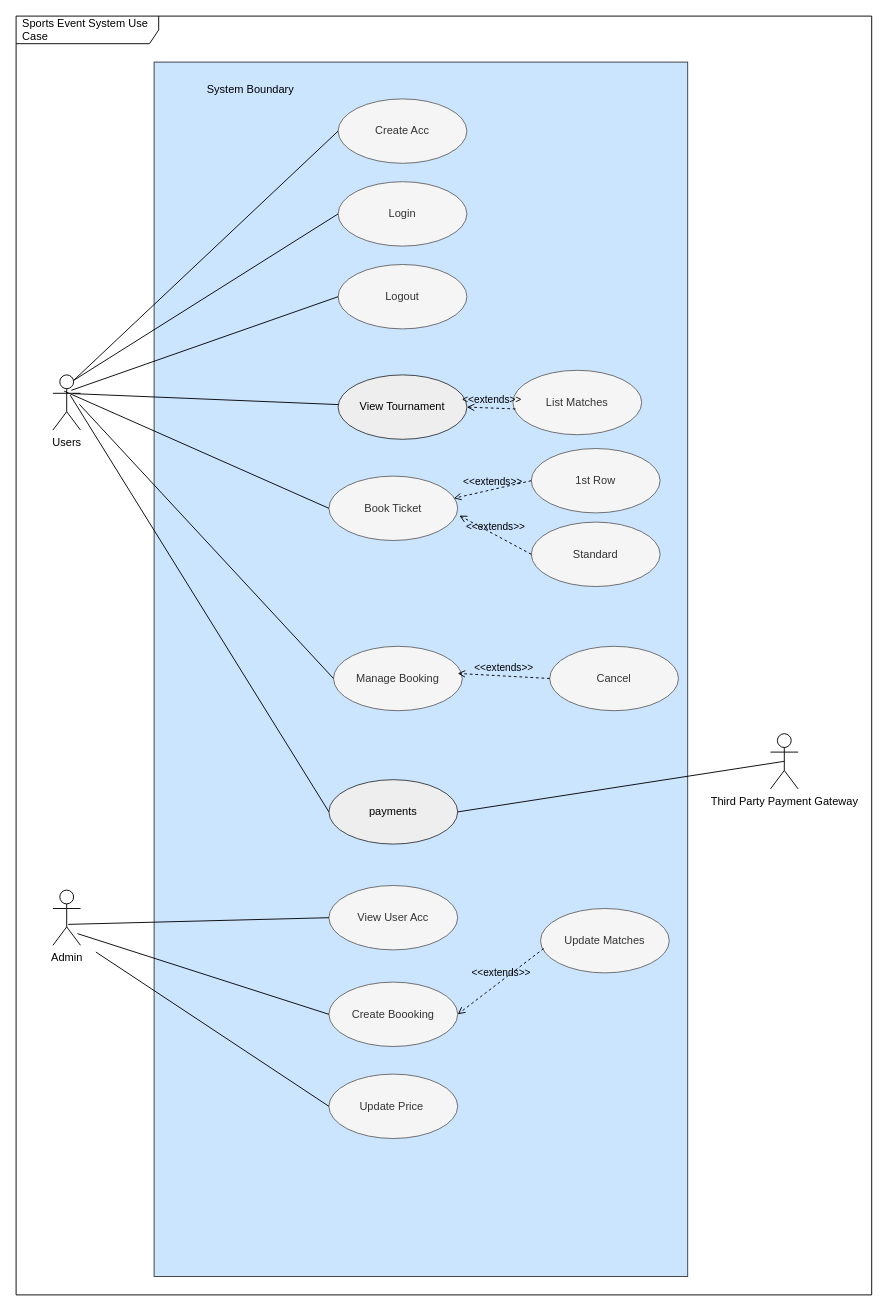
The draw.io diagram SES_Use_Case.drawio in mlvl974/SportsEventSystem, before the edit. Source tidied: cells renumbered, new cells numbered last; positions are measured from the earlier drawing's top-left corner, leaving out a move shared by most shapes. Both pictures are drawn from the tidied source at 92%, with x=0, y=0 at pixel (16, 16).
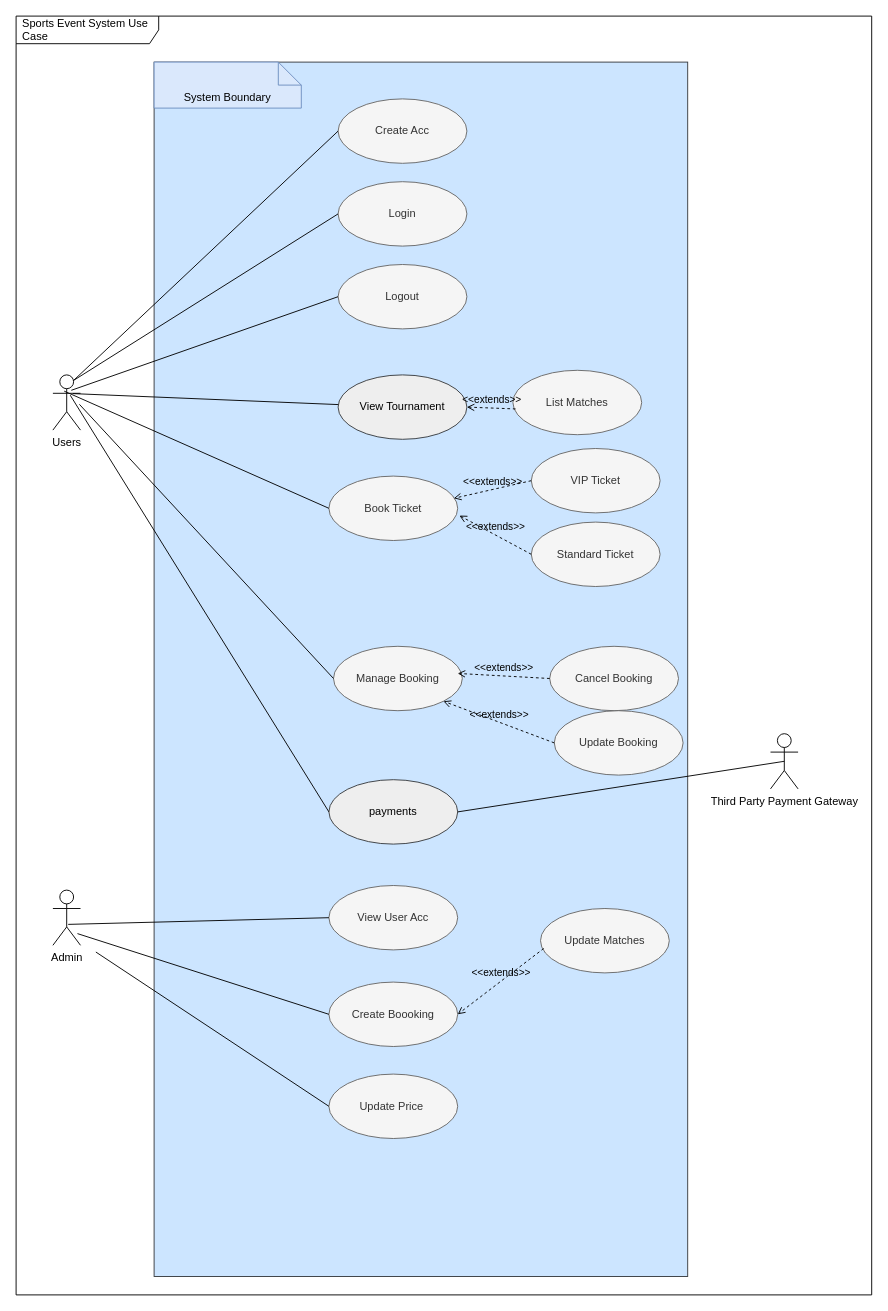
Above is the later version.

Unchanged cells that the change refers to:
```xml
<mxCell id="25" value="Manage Booking" style="ellipse;whiteSpace=wrap;html=1;fillColor=#f5f5f5;strokeColor=#666666;fontColor=#333333;" parent="1" vertex="1">
  <mxGeometry x="345" y="685" width="140" height="70" as="geometry" />
</mxCell>
```

Diff of the diagram source:
```diff
@@
-    <mxCell id="10" value="System Boundary" style="text;html=1;strokeColor=none;fillColor=none;align=center;verticalAlign=middle;whiteSpace=wrap;rounded=0;" parent="1" vertex="1">
-      <mxGeometry x="190" y="70" width="130" height="20" as="geometry" />
-    </mxCell>
@@
-    <mxCell id="21" value="1st Row" style="ellipse;whiteSpace=wrap;html=1;fillColor=#f5f5f5;strokeColor=#666666;fontColor=#333333;" parent="1" vertex="1">
+    <mxCell id="21" value="VIP Ticket" style="ellipse;whiteSpace=wrap;html=1;fillColor=#f5f5f5;strokeColor=#666666;fontColor=#333333;" parent="1" vertex="1">
       <mxGeometry x="560" y="470" width="140" height="70" as="geometry" />
     </mxCell>
-    <mxCell id="22" value="Standard" style="ellipse;whiteSpace=wrap;html=1;fillColor=#f5f5f5;strokeColor=#666666;fontColor=#333333;" parent="1" vertex="1">
+    <mxCell id="22" value="Standard Ticket" style="ellipse;whiteSpace=wrap;html=1;fillColor=#f5f5f5;strokeColor=#666666;fontColor=#333333;" parent="1" vertex="1">
       <mxGeometry x="560" y="550" width="140" height="70" as="geometry" />
     </mxCell>
@@
-    <mxCell id="33" value="Cancel" style="ellipse;whiteSpace=wrap;html=1;fillColor=#f5f5f5;strokeColor=#666666;fontColor=#333333;" parent="1" vertex="1">
+    <mxCell id="33" value="Cancel Booking" style="ellipse;whiteSpace=wrap;html=1;fillColor=#f5f5f5;strokeColor=#666666;fontColor=#333333;" parent="1" vertex="1">
       <mxGeometry x="580" y="685" width="140" height="70" as="geometry" />
     </mxCell>
@@
+    <mxCell id="10" value="System Boundary" style="shape=note2;boundedLbl=1;whiteSpace=wrap;html=1;size=25;verticalAlign=top;align=center;fillColor=#dae8fc;strokeColor=#6c8ebf;" parent="1" vertex="1">
+      <mxGeometry x="150" y="50" width="160" height="50" as="geometry" />
+    </mxCell>
+    <mxCell id="39" value="Update Booking" style="ellipse;whiteSpace=wrap;html=1;fillColor=#f5f5f5;strokeColor=#666666;fontColor=#333333;" parent="1" vertex="1">
+      <mxGeometry x="585" y="755" width="140" height="70" as="geometry" />
+    </mxCell>
+    <mxCell id="40" value="&amp;lt;&amp;lt;extends&amp;gt;&amp;gt;" style="html=1;verticalAlign=bottom;labelBackgroundColor=none;endArrow=open;endFill=0;dashed=1;exitX=0;exitY=0.5;exitDx=0;exitDy=0;entryX=1;entryY=1;entryDx=0;entryDy=0;" parent="1" edge="1" source="39" target="25">
+      <mxGeometry relative="1" as="geometry" />
+    </mxCell>
```
